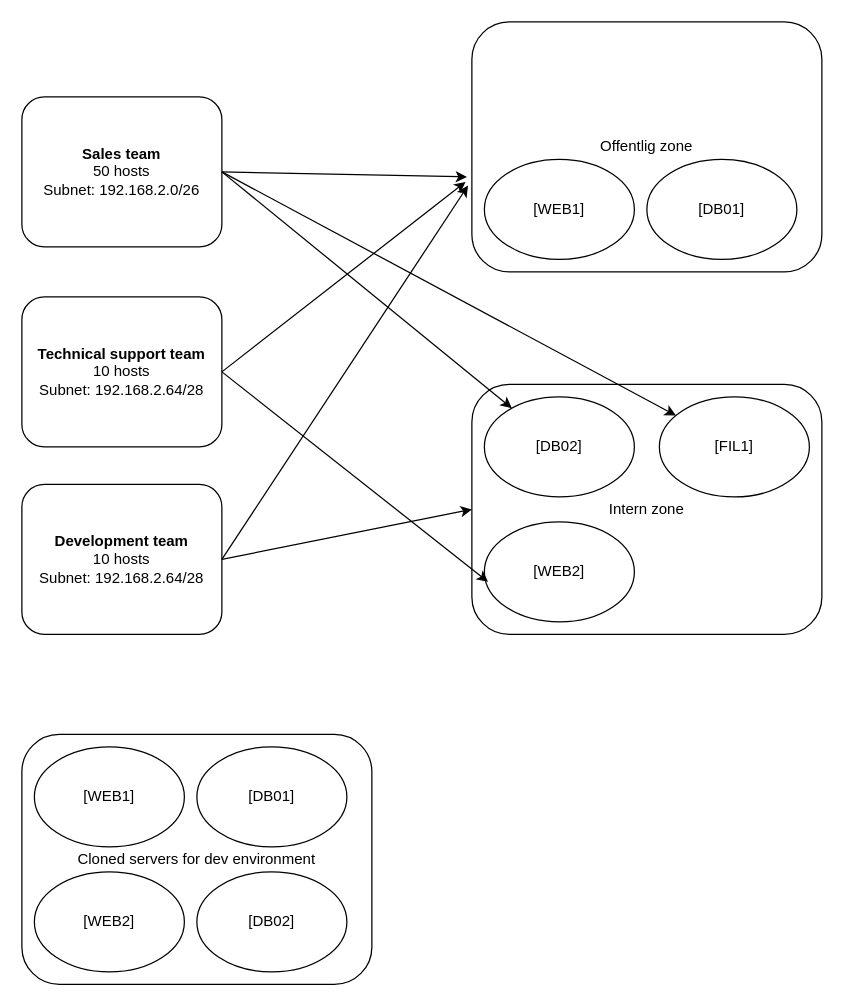
Earlier version of the draw.io diagram network.drawio (MichaelDyvad/network). Source tidied: cells renumbered, new cells numbered last; positions are measured from the earlier drawing's top-left corner, leaving out a move shared by most shapes. Both pictures are drawn from the tidied source at 125%, with x=0, y=0 at pixel (21, 21).
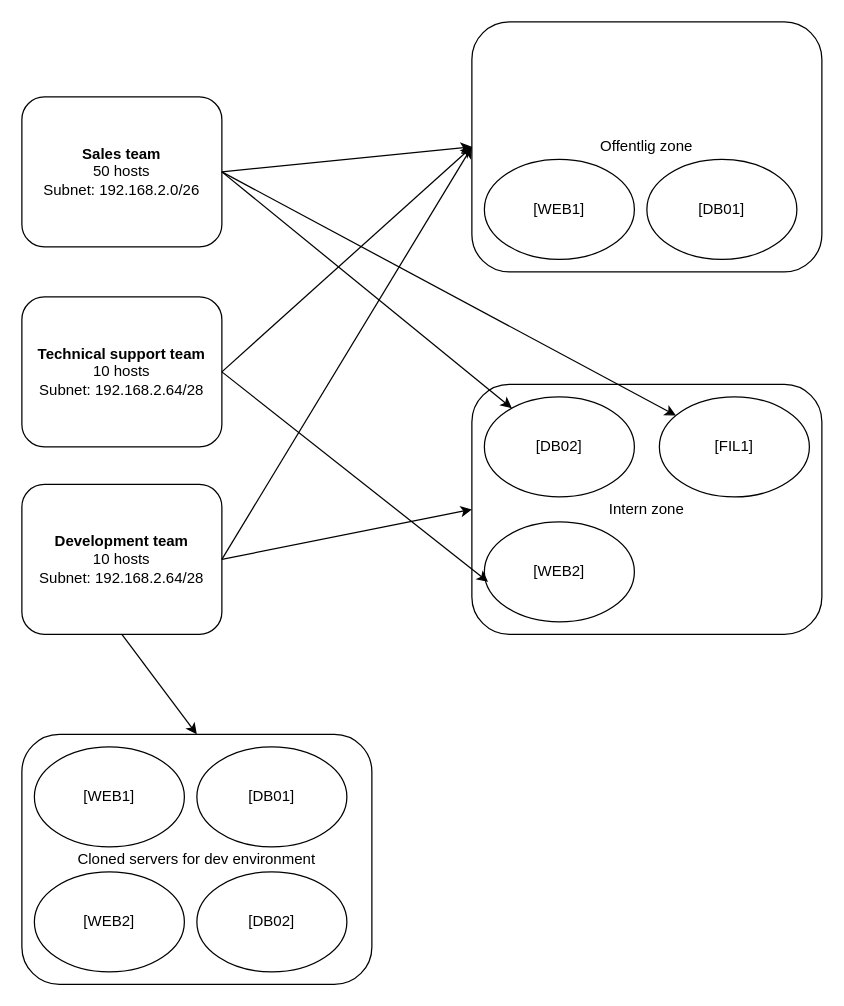
The same diagram, later.

The change refers to these unchanged cells:
```xml
<mxCell id="2" value="Offentlig zone" style="rounded=1;whiteSpace=wrap;html=1;" parent="1" vertex="1">
  <mxGeometry x="360" width="280" height="200" as="geometry" />
</mxCell>
<mxCell id="9" value="&lt;b&gt;Sales team&lt;br&gt;&lt;/b&gt;50 hosts&lt;br&gt;&lt;span id=&quot;docs-internal-guid-c6f3a797-7fff-40bc-f900-d3e9f847dcf3&quot;&gt;&lt;/span&gt;Subnet: 192.168.2.0/26" style="rounded=1;whiteSpace=wrap;html=1;" parent="1" vertex="1">
  <mxGeometry y="60" width="160" height="120" as="geometry" />
</mxCell>
<mxCell id="10" value="&lt;b&gt;Technical support team&lt;br&gt;&lt;/b&gt;10 hosts&lt;br&gt;Subnet: 192.168.2.64/28" style="rounded=1;whiteSpace=wrap;html=1;" parent="1" vertex="1">
  <mxGeometry y="220" width="160" height="120" as="geometry" />
</mxCell>
<mxCell id="11" value="&lt;b&gt;Development team&lt;/b&gt;&lt;br&gt;10 hosts&lt;br&gt;Subnet: 192.168.2.64/28" style="rounded=1;whiteSpace=wrap;html=1;" parent="1" vertex="1">
  <mxGeometry y="370" width="160" height="120" as="geometry" />
</mxCell>
<mxCell id="17" value="Cloned servers for dev environment" style="rounded=1;whiteSpace=wrap;html=1;" parent="1" vertex="1">
  <mxGeometry y="570" width="280" height="200" as="geometry" />
</mxCell>
```

The edit, as a diff of the source:
```diff
@@
-    <mxCell id="14" style="endArrow=classic;html=1;rounded=0;exitX=1;exitY=0.5;exitDx=0;exitDy=0;entryX=-0.014;entryY=0.62;entryDx=0;entryDy=0;entryPerimeter=0;" parent="1" edge="1" source="9" target="2">
+    <mxCell id="14" style="endArrow=classic;html=1;rounded=0;exitX=1;exitY=0.5;exitDx=0;exitDy=0;entryX=0;entryY=0.5;entryDx=0;entryDy=0;" parent="1" edge="1" source="9" target="2">
       <mxGeometry relative="1" as="geometry" />
     </mxCell>
-    <mxCell id="15" style="endArrow=classic;html=1;rounded=0;exitX=1;exitY=0.5;exitDx=0;exitDy=0;entryX=-0.018;entryY=0.64;entryDx=0;entryDy=0;entryPerimeter=0;" parent="1" edge="1" source="10" target="2">
+    <mxCell id="15" style="endArrow=classic;html=1;rounded=0;exitX=1;exitY=0.5;exitDx=0;exitDy=0;entryX=0;entryY=0.5;entryDx=0;entryDy=0;" parent="1" edge="1" source="10" target="2">
       <mxGeometry relative="1" as="geometry" />
     </mxCell>
@@
-    <mxCell id="23" style="endArrow=classic;html=1;rounded=0;exitX=1;exitY=0.5;exitDx=0;exitDy=0;entryX=-0.011;entryY=0.655;entryDx=0;entryDy=0;entryPerimeter=0;" parent="1" edge="1" source="11" target="2">
+    <mxCell id="23" style="endArrow=classic;html=1;rounded=0;exitX=1;exitY=0.5;exitDx=0;exitDy=0;entryX=0;entryY=0.5;entryDx=0;entryDy=0;" parent="1" edge="1" source="11" target="2">
       <mxGeometry relative="1" as="geometry" />
     </mxCell>
+    <mxCell id="24" style="endArrow=classic;html=1;rounded=0;exitX=0.5;exitY=1;exitDx=0;exitDy=0;entryX=0.5;entryY=0;entryDx=0;entryDy=0;" parent="1" edge="1" source="11" target="17">
+      <mxGeometry relative="1" as="geometry" />
+    </mxCell>
```
